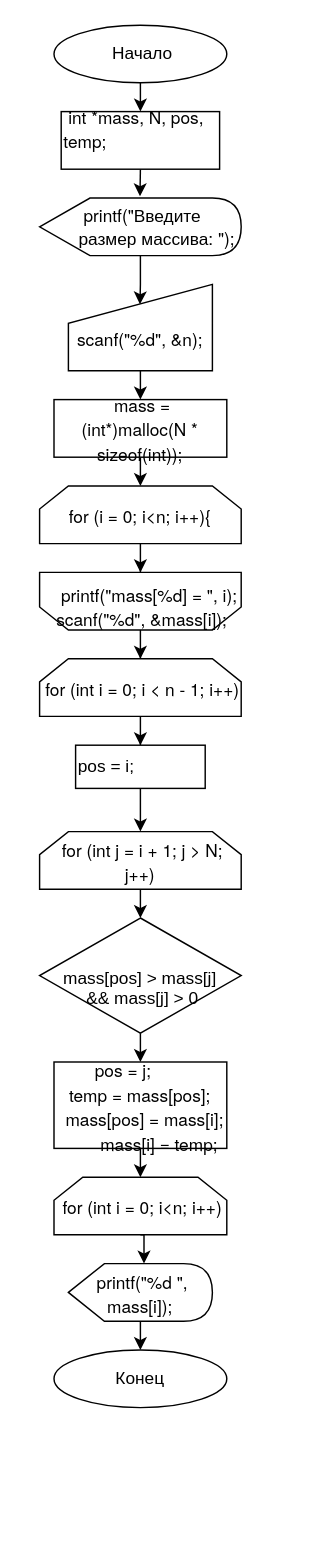
This is Untitled Diagram.drawio from PiotrCoder-creator/Diagramma, a draw.io file, before an edit. Source tidied: cells renumbered, new cells numbered last; positions are measured from the earlier drawing's top-left corner, leaving out a move shared by most shapes. Both pictures are drawn from the tidied source at 144%, with x=0, y=0 at pixel (39, 24).
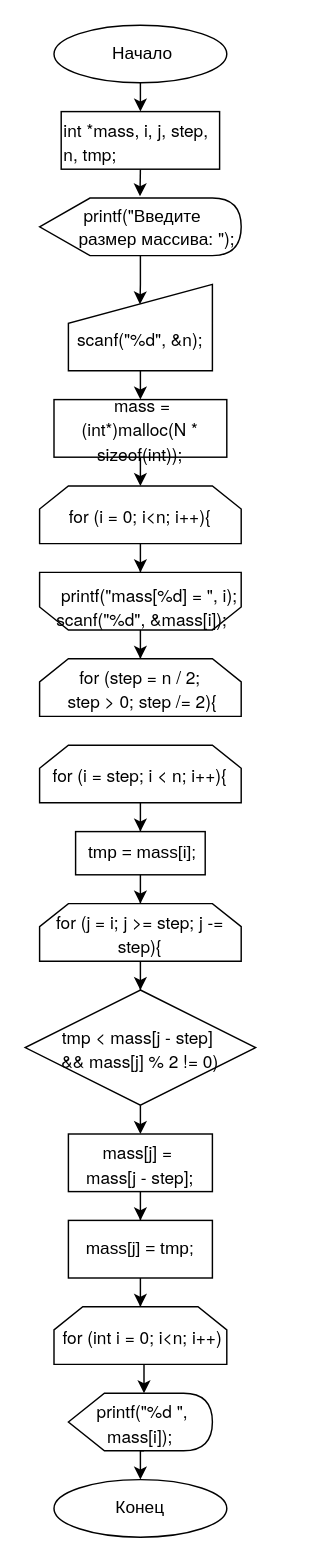
Above is the later version.

Commit message:
Diagra 5 laba 4

Change to the diagram source:
```diff
@@
-    <mxCell id="7" value="&lt;p style=&quot;margin: 0px ; font-stretch: normal ; line-height: normal ; font-family: &amp;#34;helvetica neue&amp;#34;&quot;&gt;&lt;span class=&quot;Apple-converted-space&quot;&gt;&lt;br&gt;&lt;/span&gt;&lt;/p&gt;&lt;p style=&quot;margin: 0px ; font-stretch: normal ; line-height: normal ; font-family: &amp;#34;helvetica neue&amp;#34;&quot;&gt;&lt;span class=&quot;Apple-converted-space&quot;&gt;&amp;nbsp;&lt;/span&gt;int *mass, N, pos,&amp;nbsp;&lt;/p&gt;&lt;p style=&quot;margin: 0px ; font-stretch: normal ; line-height: normal ; font-family: &amp;#34;helvetica neue&amp;#34;&quot;&gt;temp;&lt;/p&gt;&lt;p style=&quot;margin: 0px ; font-stretch: normal ; line-height: normal ; font-family: &amp;#34;helvetica neue&amp;#34;&quot;&gt;&lt;br&gt;&lt;/p&gt;&lt;p style=&quot;margin: 0px ; font-stretch: normal ; line-height: normal ; font-family: &amp;#34;helvetica neue&amp;#34;&quot;&gt;&lt;br&gt;&lt;/p&gt;" style="rounded=0;whiteSpace=wrap;html=1;align=left;" parent="1" vertex="1">
+    <mxCell id="7" value="&lt;p style=&quot;margin: 0px ; font-stretch: normal ; line-height: normal ; font-family: &amp;#34;helvetica neue&amp;#34;&quot;&gt;int *mass, i, j, step, n, tmp;&lt;br&gt;&lt;/p&gt;" style="rounded=0;whiteSpace=wrap;html=1;align=left;" parent="1" vertex="1">
       <mxGeometry x="15" y="60" width="110" height="40" as="geometry" />
     </mxCell>
@@
-    <mxCell id="17" style="edgeStyle=orthogonalEdgeStyle;rounded=0;jettySize=auto;html=1;entryX=0.5;entryY=0;entryDx=0;entryDy=0;" parent="1" edge="1" source="18" target="31">
-      <mxGeometry relative="1" as="geometry" />
-    </mxCell>
-    <mxCell id="18" value="&lt;p style=&quot;margin: 0px ; font-stretch: normal ; line-height: normal ; font-family: &amp;#34;helvetica neue&amp;#34;&quot;&gt;&amp;nbsp;for (int i = 0; i &amp;lt; n - 1; i++)&lt;/p&gt;" style="shape=loopLimit;whiteSpace=wrap;html=1;" parent="1" vertex="1">
+    <mxCell id="18" value="&lt;p style=&quot;margin: 0px ; font-stretch: normal ; line-height: normal ; font-family: &amp;#34;helvetica neue&amp;#34;&quot;&gt;for (step = n / 2;&lt;/p&gt;&lt;p style=&quot;margin: 0px ; font-stretch: normal ; line-height: normal ; font-family: &amp;#34;helvetica neue&amp;#34;&quot;&gt;&amp;nbsp;step &amp;gt; 0; step /= 2){&lt;/p&gt;" style="shape=loopLimit;whiteSpace=wrap;html=1;" parent="1" vertex="1">
       <mxGeometry y="440" width="140" height="40" as="geometry" />
     </mxCell>
-    <mxCell id="19" style="edgeStyle=orthogonalEdgeStyle;rounded=0;jettySize=auto;html=1;exitX=0.5;exitY=1;exitDx=0;exitDy=0;entryX=0.5;entryY=0;entryDx=0;entryDy=0;" parent="1" edge="1" source="20" target="22">
-      <mxGeometry relative="1" as="geometry" />
-    </mxCell>
+    <mxCell id="32" style="edgeStyle=orthogonalEdgeStyle;rounded=0;jettySize=auto;html=1;entryX=0.5;entryY=0;entryDx=0;entryDy=0;" parent="1" edge="1" source="20" target="35">
+      <mxGeometry relative="1" as="geometry" />
+    </mxCell>
-    <mxCell id="20" value="&lt;p style=&quot;margin: 0px ; font-stretch: normal ; line-height: normal ; font-family: &amp;#34;helvetica neue&amp;#34;&quot;&gt;&amp;nbsp;for (int j = i + 1; j &amp;gt; N; j++)&lt;/p&gt;" style="shape=loopLimit;whiteSpace=wrap;html=1;" parent="1" vertex="1">
-      <mxGeometry y="560" width="140" height="40" as="geometry" />
+    <mxCell id="20" value="&lt;p style=&quot;margin: 0px ; font-stretch: normal ; line-height: normal ; font-family: &amp;#34;helvetica neue&amp;#34;&quot;&gt;for (i = step; i &amp;lt; n; i++){&lt;/p&gt;" style="shape=loopLimit;whiteSpace=wrap;html=1;" parent="1" vertex="1">
+      <mxGeometry y="500" width="140" height="40" as="geometry" />
     </mxCell>
@@
-    <mxCell id="22" value="&lt;p style=&quot;margin: 0px ; font-stretch: normal ; line-height: normal ; font-family: &amp;#34;helvetica neue&amp;#34;&quot;&gt;&amp;nbsp;&lt;/p&gt;mass[pos] &amp;gt; mass[j]&lt;br&gt;&amp;nbsp;&amp;amp;&amp;amp; mass[j] &amp;gt; 0" style="rhombus;whiteSpace=wrap;html=1;" parent="1" vertex="1">
-      <mxGeometry y="620" width="140" height="80" as="geometry" />
+    <mxCell id="22" value="&lt;p style=&quot;margin: 0px ; font-stretch: normal ; line-height: normal ; font-family: &amp;#34;helvetica neue&amp;#34;&quot;&gt;tmp &amp;lt; mass[j - step]&amp;nbsp;&lt;/p&gt;&lt;p style=&quot;margin: 0px ; font-stretch: normal ; line-height: normal ; font-family: &amp;#34;helvetica neue&amp;#34;&quot;&gt;&amp;amp;&amp;amp; mass[j] % 2 != 0)&lt;br&gt;&lt;/p&gt;" style="rhombus;whiteSpace=wrap;html=1;" parent="1" vertex="1">
+      <mxGeometry x="-10" y="670" width="160" height="80" as="geometry" />
     </mxCell>
-    <mxCell id="23" style="edgeStyle=orthogonalEdgeStyle;rounded=0;jettySize=auto;html=1;exitX=0.5;exitY=1;exitDx=0;exitDy=0;entryX=0.5;entryY=0;entryDx=0;entryDy=0;" parent="1" edge="1" source="24" target="26">
-      <mxGeometry relative="1" as="geometry" />
-    </mxCell>
+    <mxCell id="33" style="edgeStyle=orthogonalEdgeStyle;rounded=0;jettySize=auto;html=1;entryX=0.5;entryY=0;entryDx=0;entryDy=0;" parent="1" edge="1" source="24" target="39">
+      <mxGeometry relative="1" as="geometry" />
+    </mxCell>
-    <mxCell id="24" value="&lt;p style=&quot;margin: 0px ; font-stretch: normal ; line-height: normal ; font-family: &amp;#34;helvetica neue&amp;#34;&quot;&gt;&amp;nbsp;pos = j; &amp;nbsp; &amp;nbsp; &amp;nbsp; &amp;nbsp;&lt;/p&gt;&lt;p style=&quot;margin: 0px ; font-stretch: normal ; line-height: normal ; font-family: &amp;#34;helvetica neue&amp;#34;&quot;&gt;temp = mass[pos];&lt;/p&gt;&lt;p style=&quot;margin: 0px ; font-stretch: normal ; line-height: normal ; font-family: &amp;#34;helvetica neue&amp;#34;&quot;&gt;&amp;nbsp; mass[pos] = mass[i];&lt;/p&gt;&lt;p style=&quot;margin: 0px ; font-stretch: normal ; line-height: normal ; font-family: &amp;#34;helvetica neue&amp;#34;&quot;&gt;&amp;nbsp; &amp;nbsp; &amp;nbsp; &amp;nbsp; mass[i] = temp;&lt;/p&gt;" style="rounded=0;whiteSpace=wrap;html=1;" parent="1" vertex="1">
-      <mxGeometry x="10" y="720" width="120" height="60" as="geometry" />
+    <mxCell id="24" value="&lt;p style=&quot;margin: 0px ; font-stretch: normal ; line-height: normal ; font-family: &amp;#34;helvetica neue&amp;#34;&quot;&gt;mass[j] =&amp;nbsp;&lt;/p&gt;&lt;p style=&quot;margin: 0px ; font-stretch: normal ; line-height: normal ; font-family: &amp;#34;helvetica neue&amp;#34;&quot;&gt;mass[j - step];&lt;br&gt;&lt;/p&gt;" style="rounded=0;whiteSpace=wrap;html=1;" parent="1" vertex="1">
+      <mxGeometry x="20" y="770" width="100" height="40" as="geometry" />
     </mxCell>
@@
     <mxCell id="26" value="&lt;p style=&quot;margin: 0px ; font-stretch: normal ; line-height: normal ; font-family: &amp;#34;helvetica neue&amp;#34;&quot;&gt;&amp;nbsp;for (int i = 0; i&amp;lt;n; i++)&lt;/p&gt;" style="shape=loopLimit;whiteSpace=wrap;html=1;" parent="1" vertex="1">
-      <mxGeometry x="10" y="800" width="120" height="40" as="geometry" />
+      <mxGeometry x="10" y="890" width="120" height="40" as="geometry" />
     </mxCell>
@@
     <mxCell id="28" value="&lt;p style=&quot;margin: 0px ; font-stretch: normal ; line-height: normal ; font-family: &amp;#34;helvetica neue&amp;#34;&quot;&gt;&amp;nbsp;printf(&quot;%d &quot;, mass[i]);&lt;/p&gt;" style="shape=display;whiteSpace=wrap;html=1;" parent="1" vertex="1">
-      <mxGeometry x="20" y="860" width="100" height="40" as="geometry" />
+      <mxGeometry x="20" y="950" width="100" height="40" as="geometry" />
     </mxCell>
     <mxCell id="29" value="Конец" style="ellipse;whiteSpace=wrap;html=1;" parent="1" vertex="1">
-      <mxGeometry x="10" y="920" width="120" height="40" as="geometry" />
+      <mxGeometry x="10" y="1010" width="120" height="40" as="geometry" />
     </mxCell>
-    <mxCell id="30" style="edgeStyle=orthogonalEdgeStyle;rounded=0;jettySize=auto;html=1;entryX=0.5;entryY=0;entryDx=0;entryDy=0;" parent="1" edge="1" source="31" target="20">
-      <mxGeometry relative="1" as="geometry" />
-    </mxCell>
-    <mxCell id="31" value="pos = i;" style="rounded=0;whiteSpace=wrap;html=1;align=left;" parent="1" vertex="1">
-      <mxGeometry x="25" y="500" width="90" height="30" as="geometry" />
-    </mxCell>
+    <mxCell id="34" style="edgeStyle=orthogonalEdgeStyle;rounded=0;jettySize=auto;html=1;entryX=0.5;entryY=0;entryDx=0;entryDy=0;" parent="1" edge="1" source="35" target="37">
+      <mxGeometry relative="1" as="geometry" />
+    </mxCell>
+    <mxCell id="35" value="&amp;nbsp;tmp = mass[i];" style="rounded=0;whiteSpace=wrap;html=1;" parent="1" vertex="1">
+      <mxGeometry x="25" y="560" width="90" height="30" as="geometry" />
+    </mxCell>
+    <mxCell id="36" style="edgeStyle=orthogonalEdgeStyle;rounded=0;jettySize=auto;html=1;entryX=0.5;entryY=0;entryDx=0;entryDy=0;" parent="1" edge="1" source="37" target="22">
+      <mxGeometry relative="1" as="geometry" />
+    </mxCell>
+    <mxCell id="37" value="&lt;p style=&quot;margin: 0px ; font-stretch: normal ; line-height: normal ; font-family: &amp;#34;helvetica neue&amp;#34;&quot;&gt;for (j = i; j &amp;gt;= step; j -= step){&lt;br&gt;&lt;/p&gt;" style="shape=loopLimit;whiteSpace=wrap;html=1;" parent="1" vertex="1">
+      <mxGeometry y="610" width="140" height="40" as="geometry" />
+    </mxCell>
+    <mxCell id="38" style="edgeStyle=orthogonalEdgeStyle;rounded=0;jettySize=auto;html=1;entryX=0.5;entryY=0;entryDx=0;entryDy=0;" parent="1" edge="1" source="39" target="26">
+      <mxGeometry relative="1" as="geometry" />
+    </mxCell>
+    <mxCell id="39" value="mass[j] = tmp;" style="rounded=0;whiteSpace=wrap;html=1;" parent="1" vertex="1">
+      <mxGeometry x="20" y="830" width="100" height="40" as="geometry" />
+    </mxCell>
```
